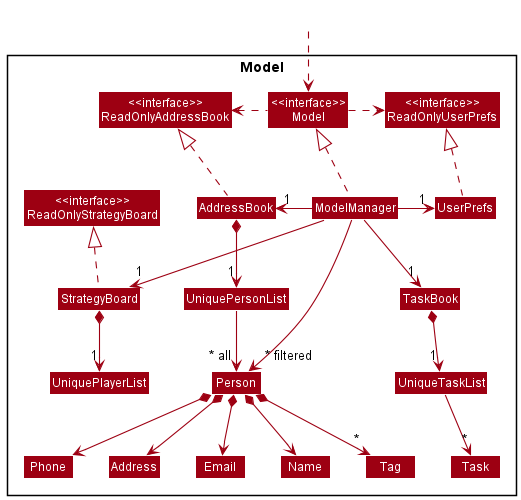
The PlantUML diagram docs/images/ModelClassDiagram.png in simjunheng/tp, before a commit.
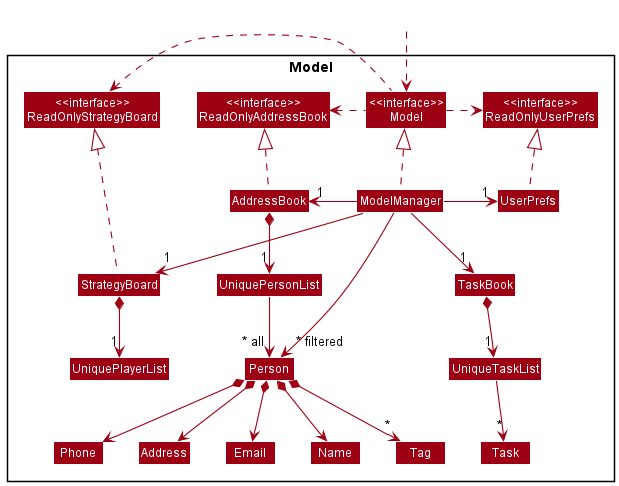
Later version of the same file.

Commit message:
Fix error in ModelClassDiagram

What changed in the source:
```diff
@@ -7,8 +7,8 @@
 Package Model <<Rectangle>>{
 Class "<<interface>>\nReadOnlyAddressBook" as ReadOnlyAddressBook
 Class "<<interface>>\nReadOnlyUserPrefs" as ReadOnlyUserPrefs
+Class "<<interface>>\nReadOnlyStrategyBoard" as ReadOnlyStrategyBoard
 Class "<<interface>>\nModel" as Model
-Class "<<interface>>\nReadOnlyStrategyBoard" as ReadOnlyStrategyBoard
 Class AddressBook
 Class ModelManager
 Class StrategyBoard
@@ -41,6 +41,7 @@
 ModelManager .up.|> Model
 Model .right.> ReadOnlyUserPrefs
 Model .left.> ReadOnlyAddressBook
+Model .left.> ReadOnlyStrategyBoard
 ModelManager -left-> "1" AddressBook
 ModelManager -right-> "1" UserPrefs
 UserPrefs .up.|> ReadOnlyUserPrefs
```
